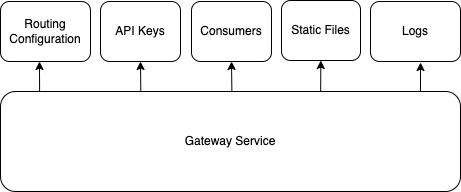
Before: Docs/Img/dependencies.png, a diagram exported from draw.io (PKPublicCode/SecuredApi). Source tidied: cells renumbered, new cells last; positions are measured from the earlier drawing's top-left corner, leaving out a move shared by most shapes.
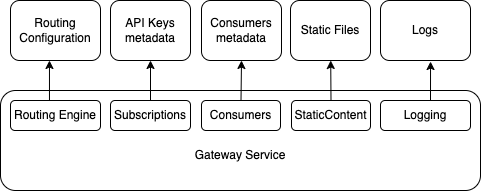
Later version of the same file.

Change to the diagram source:
```diff
@@ -2,38 +2,55 @@
   <root>
     <mxCell id="0" />
     <mxCell id="1" parent="0" />
-    <mxCell id="2" value="Gateway Service" style="rounded=1;whiteSpace=wrap;html=1;" parent="1" vertex="1">
-      <mxGeometry y="91" width="460" height="100" as="geometry" />
+    <mxCell id="2" value="&lt;div&gt;&lt;br&gt;&lt;/div&gt;&lt;div&gt;&lt;br&gt;&lt;/div&gt;Gateway Service" style="rounded=1;whiteSpace=wrap;html=1;" parent="1" vertex="1">
+      <mxGeometry x="-10" y="91" width="480" height="100" as="geometry" />
     </mxCell>
     <mxCell id="3" value="Routing Configuration" style="rounded=1;whiteSpace=wrap;html=1;" parent="1" vertex="1">
       <mxGeometry y="1" width="90" height="60" as="geometry" />
     </mxCell>
-    <mxCell id="4" value="API Keys" style="rounded=1;whiteSpace=wrap;html=1;" parent="1" vertex="1">
+    <mxCell id="4" value="API Keys metadata" style="rounded=1;whiteSpace=wrap;html=1;" parent="1" vertex="1">
       <mxGeometry x="100" y="1" width="80" height="60" as="geometry" />
     </mxCell>
-    <mxCell id="5" value="Consumers" style="rounded=1;whiteSpace=wrap;html=1;" parent="1" vertex="1">
+    <mxCell id="5" value="Consumers metadata" style="rounded=1;whiteSpace=wrap;html=1;" parent="1" vertex="1">
       <mxGeometry x="191" y="1" width="80" height="60" as="geometry" />
     </mxCell>
     <mxCell id="6" value="Static Files" style="rounded=1;whiteSpace=wrap;html=1;" parent="1" vertex="1">
-      <mxGeometry x="281" width="79" height="60" as="geometry" />
+      <mxGeometry x="280" y="1" width="80" height="60" as="geometry" />
     </mxCell>
     <mxCell id="7" value="Logs" style="rounded=1;whiteSpace=wrap;html=1;" parent="1" vertex="1">
       <mxGeometry x="370" y="1" width="90" height="60" as="geometry" />
     </mxCell>
-    <mxCell id="8" style="endArrow=classic;html=1;rounded=0;exitX=0.085;exitY=0;exitDx=0;exitDy=0;exitPerimeter=0;entryX=0.433;entryY=1;entryDx=0;entryDy=0;entryPerimeter=0;" parent="1" edge="1" source="2" target="3">
+    <mxCell id="8" style="endArrow=classic;html=1;rounded=0;exitX=0.433;exitY=0;exitDx=0;exitDy=0;exitPerimeter=0;entryX=0.433;entryY=1;entryDx=0;entryDy=0;entryPerimeter=0;" parent="1" edge="1" source="13" target="3">
       <mxGeometry relative="1" as="geometry" />
     </mxCell>
-    <mxCell id="9" style="endArrow=classic;html=1;rounded=0;entryX=0.5;entryY=1;entryDx=0;entryDy=0;exitX=0.305;exitY=-0.002;exitDx=0;exitDy=0;exitPerimeter=0;" parent="1" edge="1" source="2" target="4">
+    <mxCell id="9" style="endArrow=classic;html=1;rounded=0;entryX=0.5;entryY=1;entryDx=0;entryDy=0;exitX=0.5;exitY=0;exitDx=0;exitDy=0;" parent="1" edge="1" source="14" target="4">
       <mxGeometry relative="1" as="geometry" />
     </mxCell>
-    <mxCell id="10" style="endArrow=classic;html=1;rounded=0;entryX=0.5;entryY=1;entryDx=0;entryDy=0;exitX=0.503;exitY=0;exitDx=0;exitDy=0;exitPerimeter=0;" parent="1" edge="1" source="2" target="5">
+    <mxCell id="10" style="endArrow=classic;html=1;rounded=0;entryX=0.5;entryY=1;entryDx=0;entryDy=0;exitX=0.5;exitY=0;exitDx=0;exitDy=0;" parent="1" edge="1" source="15" target="5">
       <mxGeometry relative="1" as="geometry" />
     </mxCell>
-    <mxCell id="11" style="endArrow=classic;html=1;rounded=0;exitX=0.696;exitY=0;exitDx=0;exitDy=0;exitPerimeter=0;" parent="1" edge="1" source="2" target="6">
+    <mxCell id="11" style="endArrow=classic;html=1;rounded=0;exitX=0.5;exitY=0;exitDx=0;exitDy=0;" parent="1" edge="1" source="16" target="6">
       <mxGeometry relative="1" as="geometry" />
     </mxCell>
-    <mxCell id="12" style="endArrow=classic;html=1;rounded=0;entryX=0.556;entryY=1.017;entryDx=0;entryDy=0;entryPerimeter=0;exitX=0.913;exitY=0.002;exitDx=0;exitDy=0;exitPerimeter=0;" parent="1" edge="1" source="2" target="7">
-      <mxGeometry relative="1" as="geometry" />
+    <mxCell id="12" style="endArrow=classic;html=1;rounded=0;entryX=0.556;entryY=1.017;entryDx=0;entryDy=0;entryPerimeter=0;" parent="1" edge="1" target="7">
+      <mxGeometry relative="1" as="geometry">
+        <mxPoint x="420" y="101" as="sourcePoint" />
+      </mxGeometry>
     </mxCell>
+    <mxCell id="13" value="Routing Engine" style="rounded=1;whiteSpace=wrap;html=1;" parent="1" vertex="1">
+      <mxGeometry y="101" width="90" height="30" as="geometry" />
+    </mxCell>
+    <mxCell id="14" value="Subscriptions" style="rounded=1;whiteSpace=wrap;html=1;" parent="1" vertex="1">
+      <mxGeometry x="100" y="101" width="80" height="30" as="geometry" />
+    </mxCell>
+    <mxCell id="15" value="Consumers" style="rounded=1;whiteSpace=wrap;html=1;" parent="1" vertex="1">
+      <mxGeometry x="191" y="101" width="79" height="30" as="geometry" />
+    </mxCell>
+    <mxCell id="16" value="StaticContent" style="rounded=1;whiteSpace=wrap;html=1;" parent="1" vertex="1">
+      <mxGeometry x="281" y="101" width="79" height="30" as="geometry" />
+    </mxCell>
+    <mxCell id="17" value="Logging" style="rounded=1;whiteSpace=wrap;html=1;" parent="1" vertex="1">
+      <mxGeometry x="370" y="101" width="90" height="30" as="geometry" />
+    </mxCell>
   </root>
 </mxGraphModel>
```
